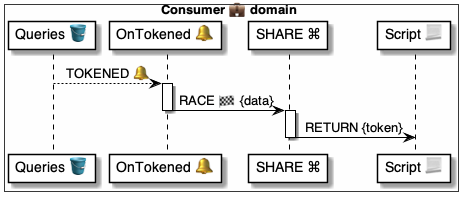
Earlier version of the PlantUML export 4 ⚙️ Solution/41 🎭 Domain Roles/Consumers 💼/💼🪣 Consumer tables/Queries 🗄️ table/🪣🧱 32 Tokened 🔔 event/💼 OnTokened ⚙️ uml.png (pollyweb-org/pollyweb-docs). Its source is kept beside it as 4 ⚙️ Solution/41 🎭 Domain Roles/Consumers 💼/💼🪣 Consumer tables/Queries 🗄️ table/🪣🧱 32 Tokened 🔔 event/💼 OnTokened ⚙️ uml.puml.
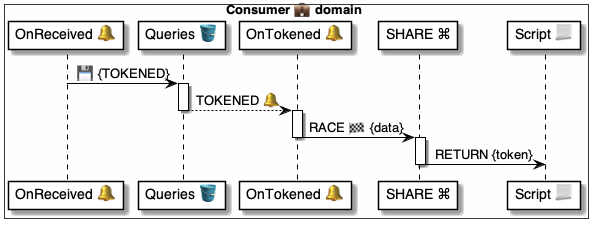
The same file after the commit.

What changed in the source:
```diff
@@ -1,13 +1,19 @@
 @startuml OnQueryTokened
 
 box Consumer 💼 domain #FFFFFA
+    participant "OnReceived 🔔" as received
     participant "Queries 🪣" as table
     participant "OnTokened 🔔" as handler
     participant "SHARE ⌘" as share
     participant "Script 📃" as script
 end box
 
-table --> handler: TOKENED 🔔
+
+received -> table: 💾 {TOKENED}
+
+activate table
+    table --> handler: TOKENED 🔔
+deactivate table
 
 activate handler
     handler -> share: RACE 🏁 {data}
```
